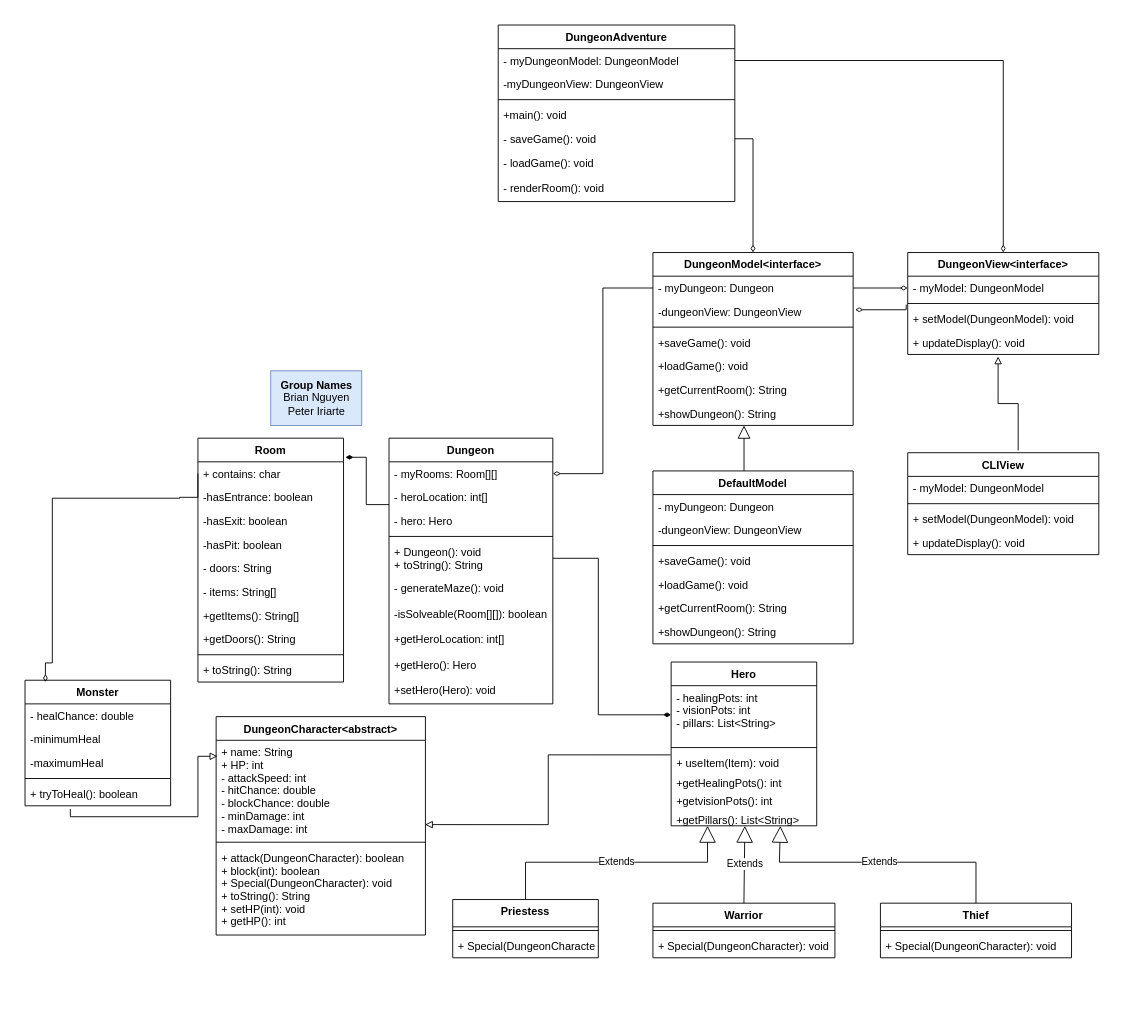
This is Dungeon.drawio from dapinkone/TCSS360DungeonAdventure, a draw.io file, before an edit. Source tidied: cells renumbered, new cells numbered last; positions are measured from the earlier drawing's top-left corner, leaving out a move shared by most shapes. Both pictures are drawn from the tidied source at 91%, with x=0, y=0 at pixel (25, 25).
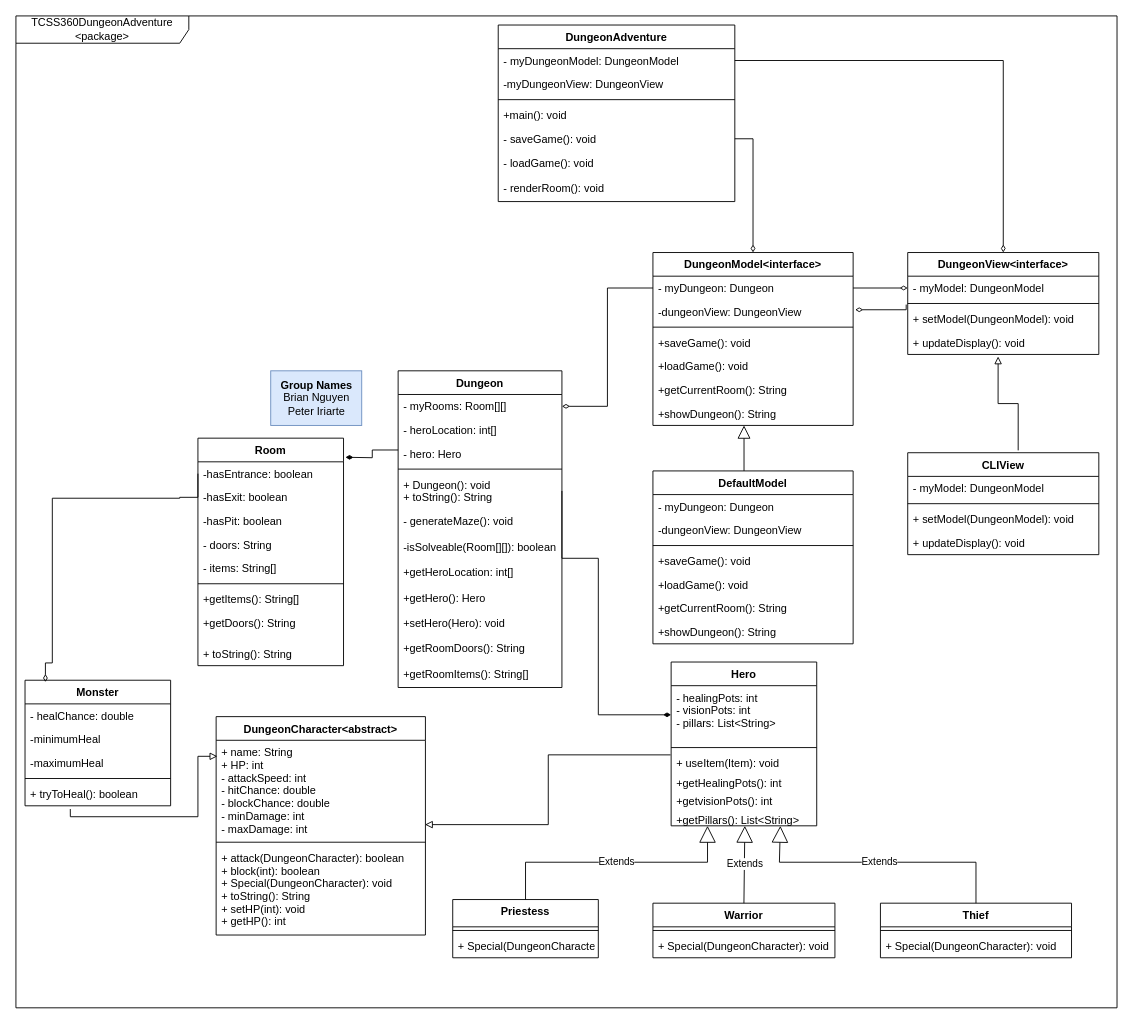
The same page after the edit.

Unchanged cells that the change refers to:
```xml
<mxCell id="2" value="Monster" style="swimlane;fontStyle=1;align=center;verticalAlign=top;horizontal=1;startSize=26;" parent="1" vertex="1">
  <mxGeometry y="720" width="160" height="138" as="geometry" />
</mxCell>
```

The edit, as a diff of the source:
```diff
@@
+    <mxCell id="100" value="&lt;div&gt;TCSS360DungeonAdventure&lt;/div&gt;&lt;div&gt;&amp;lt;package&amp;gt;&lt;br&gt;&lt;/div&gt;" style="shape=umlFrame;whiteSpace=wrap;html=1;width=190;height=30;" parent="1" vertex="1">
+      <mxGeometry x="-10" y="-10" width="1210" height="1090" as="geometry" />
+    </mxCell>
@@
-    <mxCell id="32" style="edgeStyle=orthogonalEdgeStyle;rounded=0;jettySize=auto;html=1;exitX=0;exitY=0.25;exitDx=0;exitDy=0;entryX=1.013;entryY=-0.192;entryDx=0;entryDy=0;entryPerimeter=0;startArrow=none;startFill=0;endArrow=diamondThin;endFill=1;" parent="1" edge="1" source="33" target="45">
-      <mxGeometry relative="1" as="geometry" />
+    <mxCell id="32" style="edgeStyle=orthogonalEdgeStyle;rounded=0;jettySize=auto;html=1;exitX=0;exitY=0.25;exitDx=0;exitDy=0;entryX=1.013;entryY=-0.192;entryDx=0;entryDy=0;entryPerimeter=0;startArrow=none;startFill=0;endArrow=diamondThin;endFill=1;" parent="1" edge="1" source="33">
+      <mxGeometry relative="1" as="geometry">
+        <mxPoint x="352.1" y="475" as="targetPoint" />
+      </mxGeometry>
     </mxCell>
     <mxCell id="33" value="Dungeon&#10;" style="swimlane;fontStyle=1;align=center;verticalAlign=top;horizontal=1;startSize=26;" parent="1" vertex="1">
-      <mxGeometry x="400" y="454" width="180" height="292" as="geometry" />
+      <mxGeometry x="410" y="380" width="180" height="348" as="geometry" />
     </mxCell>
@@
+    <mxCell id="101" value="+getRoomDoors(): String" style="text;strokeColor=none;fillColor=none;align=left;verticalAlign=top;spacingLeft=4;spacingRight=4;overflow=hidden;" parent="33" vertex="1">
+      <mxGeometry y="292" width="180" height="28" as="geometry" />
+    </mxCell>
+    <mxCell id="102" value="+getRoomItems(): String[]" style="text;strokeColor=none;fillColor=none;align=left;verticalAlign=top;spacingLeft=4;spacingRight=4;overflow=hidden;" parent="33" vertex="1">
+      <mxGeometry y="320" width="180" height="28" as="geometry" />
+    </mxCell>
     <mxCell id="44" value="Room" style="swimlane;fontStyle=1;align=center;verticalAlign=top;horizontal=1;startSize=26;" parent="1" vertex="1">
-      <mxGeometry x="190" y="454" width="160" height="268" as="geometry" />
+      <mxGeometry x="190" y="454" width="160" height="250" as="geometry" />
     </mxCell>
-    <mxCell id="45" value="+ contains: char" style="text;strokeColor=none;fillColor=none;align=left;verticalAlign=top;spacingLeft=4;spacingRight=4;overflow=hidden;points=[[0,0.5],[1,0.5]];portConstraint=eastwest;" parent="44" vertex="1">
-      <mxGeometry y="26" width="160" height="26" as="geometry" />
-    </mxCell>
     <mxCell id="46" value="-hasEntrance: boolean" style="text;strokeColor=none;fillColor=none;align=left;verticalAlign=top;spacingLeft=4;spacingRight=4;overflow=hidden;" parent="44" vertex="1">
-      <mxGeometry y="52" width="160" height="26" as="geometry" />
+      <mxGeometry y="26" width="160" height="26" as="geometry" />
     </mxCell>
     <mxCell id="47" value="-hasExit: boolean" style="text;strokeColor=none;fillColor=none;align=left;verticalAlign=top;spacingLeft=4;spacingRight=4;overflow=hidden;" parent="44" vertex="1">
-      <mxGeometry y="78" width="160" height="26" as="geometry" />
+      <mxGeometry y="52" width="160" height="26" as="geometry" />
     </mxCell>
     <mxCell id="48" value="-hasPit: boolean" style="text;strokeColor=none;fillColor=none;align=left;verticalAlign=top;spacingLeft=4;spacingRight=4;overflow=hidden;" parent="44" vertex="1">
-      <mxGeometry y="104" width="160" height="26" as="geometry" />
+      <mxGeometry y="78" width="160" height="26" as="geometry" />
     </mxCell>
     <mxCell id="49" value="- doors: String" style="text;strokeColor=none;fillColor=none;align=left;verticalAlign=top;spacingLeft=4;spacingRight=4;overflow=hidden;" parent="44" vertex="1">
-      <mxGeometry y="130" width="160" height="26" as="geometry" />
+      <mxGeometry y="104" width="160" height="26" as="geometry" />
     </mxCell>
     <mxCell id="50" value="- items: String[]" style="text;strokeColor=none;fillColor=none;align=left;verticalAlign=top;spacingLeft=4;spacingRight=4;overflow=hidden;" parent="44" vertex="1">
-      <mxGeometry y="156" width="160" height="26" as="geometry" />
+      <mxGeometry y="130" width="160" height="26" as="geometry" />
     </mxCell>
+    <mxCell id="53" style="line;strokeWidth=1;fillColor=none;align=left;verticalAlign=middle;spacingTop=-1;spacingLeft=3;spacingRight=3;labelPosition=right;strokeColor=inherit;" parent="44" vertex="1">
+      <mxGeometry y="156" width="160" height="8" as="geometry" />
+    </mxCell>
+    <mxCell id="103" style="group;" parent="44" vertex="1">
+      <mxGeometry y="164" width="160" height="86" as="geometry" />
+    </mxCell>
-    <mxCell id="51" value="+getItems(): String[]" style="text;strokeColor=none;fillColor=none;align=left;verticalAlign=top;spacingLeft=4;spacingRight=4;overflow=hidden;" parent="44" vertex="1">
-      <mxGeometry y="182" width="160" height="26" as="geometry" />
+    <mxCell id="51" value="+getItems(): String[]" style="text;strokeColor=none;fillColor=none;align=left;verticalAlign=top;spacingLeft=4;spacingRight=4;overflow=hidden;" parent="103" vertex="1">
+      <mxGeometry width="160" height="26" as="geometry" />
     </mxCell>
-    <mxCell id="52" value="+getDoors(): String" style="text;strokeColor=none;fillColor=none;align=left;verticalAlign=top;spacingLeft=4;spacingRight=4;overflow=hidden;" parent="44" vertex="1">
-      <mxGeometry y="208" width="160" height="26" as="geometry" />
+    <mxCell id="52" value="+getDoors(): String" style="text;strokeColor=none;fillColor=none;align=left;verticalAlign=top;spacingLeft=4;spacingRight=4;overflow=hidden;" parent="103" vertex="1">
+      <mxGeometry y="26" width="160" height="26" as="geometry" />
     </mxCell>
-    <mxCell id="53" style="line;strokeWidth=1;fillColor=none;align=left;verticalAlign=middle;spacingTop=-1;spacingLeft=3;spacingRight=3;labelPosition=right;strokeColor=inherit;" parent="44" vertex="1">
-      <mxGeometry y="234" width="160" height="8" as="geometry" />
-    </mxCell>
-    <mxCell id="54" value="+ toString(): String" style="text;strokeColor=none;fillColor=none;align=left;verticalAlign=top;spacingLeft=4;spacingRight=4;overflow=hidden;" parent="44" vertex="1">
-      <mxGeometry y="242" width="160" height="26" as="geometry" />
+    <mxCell id="54" value="+ toString(): String" style="text;strokeColor=none;fillColor=none;align=left;verticalAlign=top;spacingLeft=4;spacingRight=4;overflow=hidden;" parent="103" vertex="1">
+      <mxGeometry y="60" width="160" height="26" as="geometry" />
     </mxCell>
@@
-    <mxCell id="65" style="edgeStyle=orthogonalEdgeStyle;rounded=0;jettySize=auto;html=1;exitX=0;exitY=0.5;exitDx=0;exitDy=0;startArrow=none;startFill=0;endArrow=diamondThin;endFill=0;entryX=0.14;entryY=0.015;entryDx=0;entryDy=0;entryPerimeter=0;" parent="1" edge="1" source="45" target="2">
+    <mxCell id="65" style="edgeStyle=orthogonalEdgeStyle;rounded=0;jettySize=auto;html=1;exitX=0;exitY=0.5;exitDx=0;exitDy=0;startArrow=none;startFill=0;endArrow=diamondThin;endFill=0;entryX=0.14;entryY=0.015;entryDx=0;entryDy=0;entryPerimeter=0;" parent="1" edge="1" target="2">
       <mxGeometry relative="1" as="geometry">
+        <mxPoint x="190" y="493" as="sourcePoint" />
         <Array as="points">
           <mxPoint x="190" y="519" />
           <mxPoint x="170" y="519" />
           <mxPoint x="30" y="520" />
           <mxPoint x="30" y="701" />
           <mxPoint x="22" y="701" />
         </Array>
       </mxGeometry>
     </mxCell>
```
